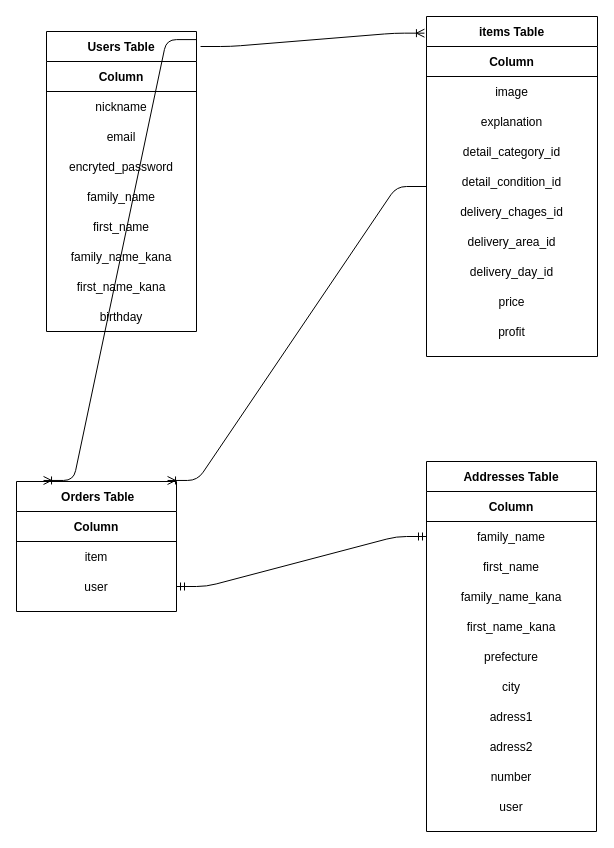
Before: page "ページ2" (2 of 2) of er.dio in kurokuro325/furima-38387, a draw.io diagram. Source tidied: cells renumbered, new cells numbered last; positions are measured from the earlier drawing's top-left corner, leaving out a move shared by most shapes. Both pictures are drawn from the tidied source at 100%, with x=0, y=0 at pixel (16, 16).
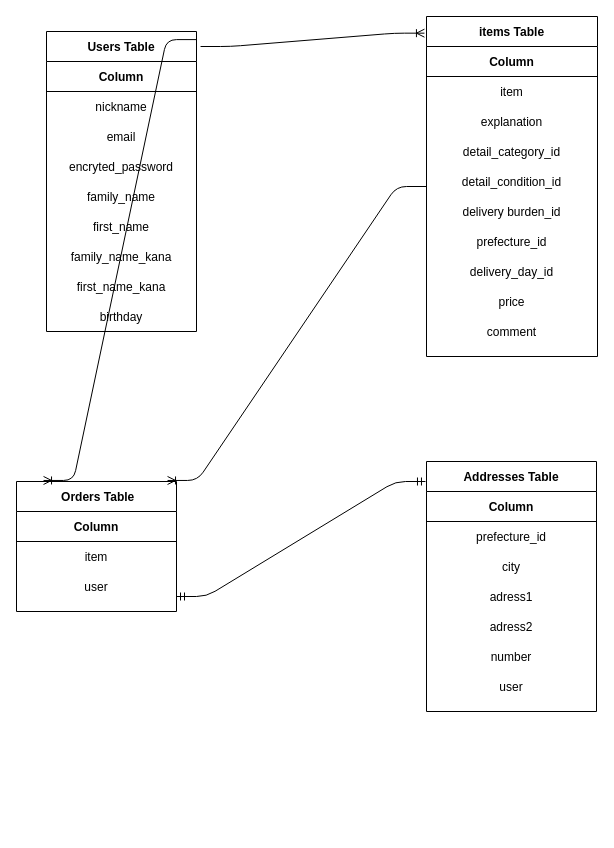
The same page after the edit.

The change refers to these unchanged cells:
```xml
<mxCell id="5" style="shape=partialRectangle;fillColor=none;top=0;left=0;bottom=0;right=0;labelBorderColor=none;" parent="2" vertex="1">
  <mxGeometry y="60" width="171" height="30" as="geometry" />
</mxCell>
<mxCell id="13" style="shape=partialRectangle;fillColor=none;top=0;left=0;bottom=0;right=0;labelBorderColor=none;" parent="2" vertex="1">
  <mxGeometry y="180" width="171" height="30" as="geometry" />
</mxCell>
<mxCell id="15" style="shape=partialRectangle;fillColor=none;top=0;left=0;bottom=0;right=0;labelBorderColor=none;" parent="2" vertex="1">
  <mxGeometry y="210" width="171" height="30" as="geometry" />
</mxCell>
<mxCell id="21" style="shape=partialRectangle;fillColor=none;top=0;left=0;bottom=0;right=0;labelBorderColor=none;" parent="2" vertex="1">
  <mxGeometry y="300" width="171" height="30" as="geometry" />
</mxCell>
```

The edit, as a diff of the source:
```diff
@@
-    <mxCell id="6" value="image" style="shape=partialRectangle;fillColor=none;top=0;left=0;bottom=0;right=0;overflow=hidden;labelBorderColor=none;" parent="5" vertex="1">
-      <mxGeometry width="171" height="30" as="geometry" />
-    </mxCell>
+    <mxCell id="76" value="item" style="shape=partialRectangle;fillColor=none;top=0;left=0;bottom=0;right=0;overflow=hidden;labelBorderColor=none;" parent="5" vertex="1">
+      <mxGeometry width="171" height="30" as="geometry" />
+    </mxCell>
@@
-    <mxCell id="14" value="delivery_chages_id" style="shape=partialRectangle;fillColor=none;top=0;left=0;bottom=0;right=0;overflow=hidden;labelBorderColor=none;" parent="13" vertex="1">
+    <mxCell id="14" value="delivery burden_id" style="shape=partialRectangle;fillColor=none;top=0;left=0;bottom=0;right=0;overflow=hidden;labelBorderColor=none;" parent="13" vertex="1">
       <mxGeometry width="171" height="30" as="geometry" />
     </mxCell>
@@
-    <mxCell id="16" value="delivery_area_id" style="shape=partialRectangle;fillColor=none;top=0;left=0;bottom=0;right=0;overflow=hidden;labelBorderColor=none;" parent="15" vertex="1">
+    <mxCell id="16" value="prefecture_id" style="shape=partialRectangle;fillColor=none;top=0;left=0;bottom=0;right=0;overflow=hidden;labelBorderColor=none;" parent="15" vertex="1">
       <mxGeometry width="171" height="30" as="geometry" />
     </mxCell>
@@
-    <mxCell id="22" value="profit" style="shape=partialRectangle;fillColor=none;top=0;left=0;bottom=0;right=0;overflow=hidden;labelBorderColor=none;" parent="21" vertex="1">
-      <mxGeometry width="171" height="30" as="geometry" />
-    </mxCell>
+    <mxCell id="77" value="comment" style="shape=partialRectangle;fillColor=none;top=0;left=0;bottom=0;right=0;overflow=hidden;labelBorderColor=none;" parent="21" vertex="1">
+      <mxGeometry width="171" height="30" as="geometry" />
+    </mxCell>
@@
     <mxCell id="50" value="Addresses Table" style="shape=table;startSize=30;childLayout=tableLayout;rowLines=0;fontStyle=1;align=center;labelBorderColor=none;" parent="1" vertex="1">
-      <mxGeometry x="410" y="445" width="170" height="370" as="geometry" />
+      <mxGeometry x="410" y="445" width="170" height="250" as="geometry" />
     </mxCell>
@@
-    <mxCell id="53" style="shape=partialRectangle;fillColor=none;top=0;left=0;bottom=0;right=0;points=[[0,0.5],[1,0.5]];portConstraint=eastwest;labelBorderColor=none;" parent="50" vertex="1">
-      <mxGeometry y="60" width="170" height="30" as="geometry" />
-    </mxCell>
-    <mxCell id="54" value="family_name" style="shape=partialRectangle;fillColor=none;top=0;left=0;bottom=0;right=0;overflow=hidden;labelBorderColor=none;" parent="53" vertex="1">
-      <mxGeometry width="170" height="30" as="geometry" />
-    </mxCell>
-    <mxCell id="55" style="shape=partialRectangle;fillColor=none;top=0;left=0;bottom=0;right=0;labelBorderColor=none;" parent="50" vertex="1">
-      <mxGeometry y="90" width="170" height="30" as="geometry" />
-    </mxCell>
-    <mxCell id="56" value="first_name" style="shape=partialRectangle;fillColor=none;top=0;left=0;bottom=0;right=0;overflow=hidden;labelBorderColor=none;" parent="55" vertex="1">
-      <mxGeometry width="170" height="30" as="geometry" />
-    </mxCell>
-    <mxCell id="57" style="shape=partialRectangle;fillColor=none;top=0;left=0;bottom=0;right=0;labelBorderColor=none;" parent="50" vertex="1">
-      <mxGeometry y="120" width="170" height="30" as="geometry" />
-    </mxCell>
-    <mxCell id="58" value="family_name_kana" style="shape=partialRectangle;fillColor=none;top=0;left=0;bottom=0;right=0;overflow=hidden;labelBorderColor=none;" parent="57" vertex="1">
-      <mxGeometry width="170" height="30" as="geometry" />
-    </mxCell>
-    <mxCell id="59" style="shape=partialRectangle;fillColor=none;top=0;left=0;bottom=0;right=0;labelBorderColor=none;" parent="50" vertex="1">
-      <mxGeometry y="150" width="170" height="30" as="geometry" />
-    </mxCell>
-    <mxCell id="60" value="first_name_kana" style="shape=partialRectangle;fillColor=none;top=0;left=0;bottom=0;right=0;overflow=hidden;labelBorderColor=none;" parent="59" vertex="1">
-      <mxGeometry width="170" height="30" as="geometry" />
-    </mxCell>
     <mxCell id="61" style="shape=partialRectangle;fillColor=none;top=0;left=0;bottom=0;right=0;labelBorderColor=none;" parent="50" vertex="1">
-      <mxGeometry y="180" width="170" height="30" as="geometry" />
+      <mxGeometry y="60" width="170" height="30" as="geometry" />
     </mxCell>
-    <mxCell id="62" value="prefecture" style="shape=partialRectangle;fillColor=none;top=0;left=0;bottom=0;right=0;overflow=hidden;labelBorderColor=none;" parent="61" vertex="1">
+    <mxCell id="62" value="prefecture_id" style="shape=partialRectangle;fillColor=none;top=0;left=0;bottom=0;right=0;overflow=hidden;labelBorderColor=none;" parent="61" vertex="1">
       <mxGeometry width="170" height="30" as="geometry" />
     </mxCell>
     <mxCell id="63" style="shape=partialRectangle;fillColor=none;top=0;left=0;bottom=0;right=0;labelBorderColor=none;" parent="50" vertex="1">
-      <mxGeometry y="210" width="170" height="30" as="geometry" />
+      <mxGeometry y="90" width="170" height="30" as="geometry" />
     </mxCell>
@@
     <mxCell id="65" style="shape=partialRectangle;fillColor=none;top=0;left=0;bottom=0;right=0;labelBorderColor=none;" parent="50" vertex="1">
-      <mxGeometry y="240" width="170" height="30" as="geometry" />
+      <mxGeometry y="120" width="170" height="30" as="geometry" />
     </mxCell>
@@
     <mxCell id="67" style="shape=partialRectangle;fillColor=none;top=0;left=0;bottom=0;right=0;labelBorderColor=none;" parent="50" vertex="1">
-      <mxGeometry y="270" width="170" height="30" as="geometry" />
+      <mxGeometry y="150" width="170" height="30" as="geometry" />
     </mxCell>
@@
     <mxCell id="69" style="shape=partialRectangle;fillColor=none;top=0;left=0;bottom=0;right=0;labelBorderColor=none;" parent="50" vertex="1">
-      <mxGeometry y="300" width="170" height="30" as="geometry" />
+      <mxGeometry y="180" width="170" height="30" as="geometry" />
     </mxCell>
@@
     <mxCell id="71" style="shape=partialRectangle;fillColor=none;top=0;left=0;bottom=0;right=0;labelBorderColor=none;" parent="50" vertex="1">
-      <mxGeometry y="330" width="170" height="30" as="geometry" />
+      <mxGeometry y="210" width="170" height="30" as="geometry" />
     </mxCell>
@@
-    <mxCell id="74" style="edgeStyle=entityRelationEdgeStyle;fontSize=12;html=1;endArrow=ERmandOne;startArrow=ERmandOne;entryX=0;entryY=0.5;entryDx=0;entryDy=0;" parent="1" edge="1" target="53">
+    <mxCell id="74" style="edgeStyle=entityRelationEdgeStyle;fontSize=12;html=1;endArrow=ERmandOne;startArrow=ERmandOne;entryX=-0.006;entryY=0.08;entryDx=0;entryDy=0;entryPerimeter=0;" parent="1" edge="1" target="50">
       <mxGeometry relative="1" as="geometry">
-        <mxPoint x="160" y="570" as="sourcePoint" />
+        <mxPoint x="160" y="580" as="sourcePoint" />
       </mxGeometry>
     </mxCell>
```
